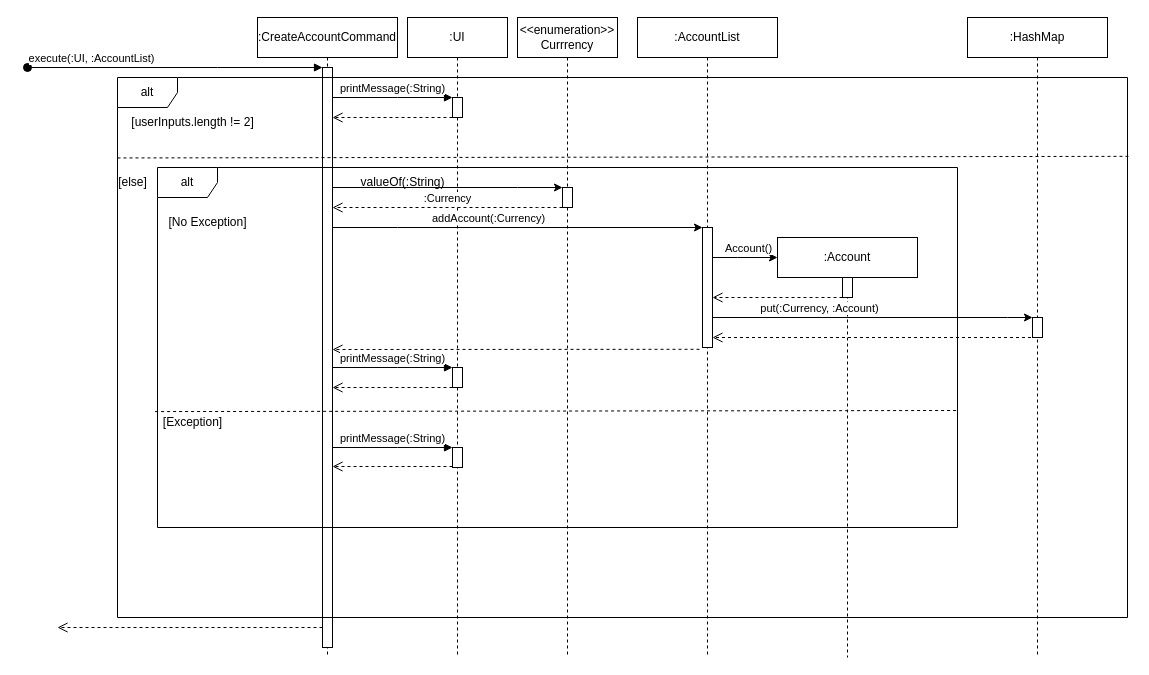
Earlier version of the draw.io diagram docs/diagrams/CreateAccountSeqDiagram.drawio (woowenjun99/tp). Source tidied: cells renumbered, new cells numbered last; positions are measured from the earlier drawing's top-left corner, leaving out a move shared by most shapes. Both pictures are drawn from the tidied source at 100%, with x=0, y=0 at pixel (27, 17).
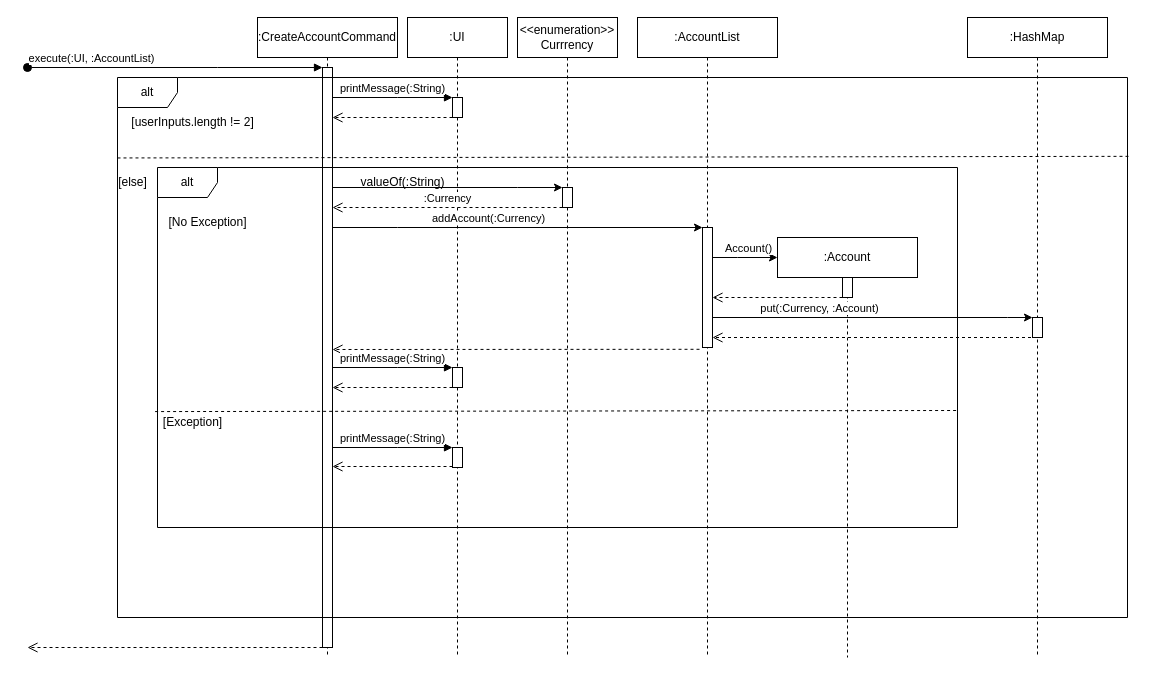
The same diagram, later.

Commit message (it also covers changes not shown here):
Modify seq diagram

Unchanged cells that the change refers to:
```xml
<mxCell id="3" style="html=1;points=[];perimeter=orthogonalPerimeter;outlineConnect=0;targetShapes=umlLifeline;portConstraint=eastwest;newEdgeStyle={&quot;edgeStyle&quot;:&quot;elbowEdgeStyle&quot;,&quot;elbow&quot;:&quot;vertical&quot;,&quot;curved&quot;:0,&quot;rounded&quot;:0};" parent="2" vertex="1">
  <mxGeometry x="65" y="50" width="10" height="580" as="geometry" />
</mxCell>
```

What changed in the source:
```diff
@@
-<mxGraphModel>
+<mxGraphModel background="#ffffff">
@@
-    <mxCell id="43" style="html=1;verticalAlign=bottom;endArrow=open;dashed=1;endSize=8;edgeStyle=elbowEdgeStyle;elbow=vertical;curved=0;rounded=0;" parent="1" edge="1" source="3">
+    <mxCell id="43" style="html=1;verticalAlign=bottom;endArrow=open;dashed=1;endSize=8;edgeStyle=elbowEdgeStyle;elbow=vertical;curved=0;rounded=0;" parent="1" edge="1">
       <mxGeometry relative="1" as="geometry">
-        <mxPoint x="30" y="610" as="targetPoint" />
+        <mxPoint x="295" y="630" as="sourcePoint" />
+        <mxPoint y="630" as="targetPoint" />
       </mxGeometry>
     </mxCell>
```
